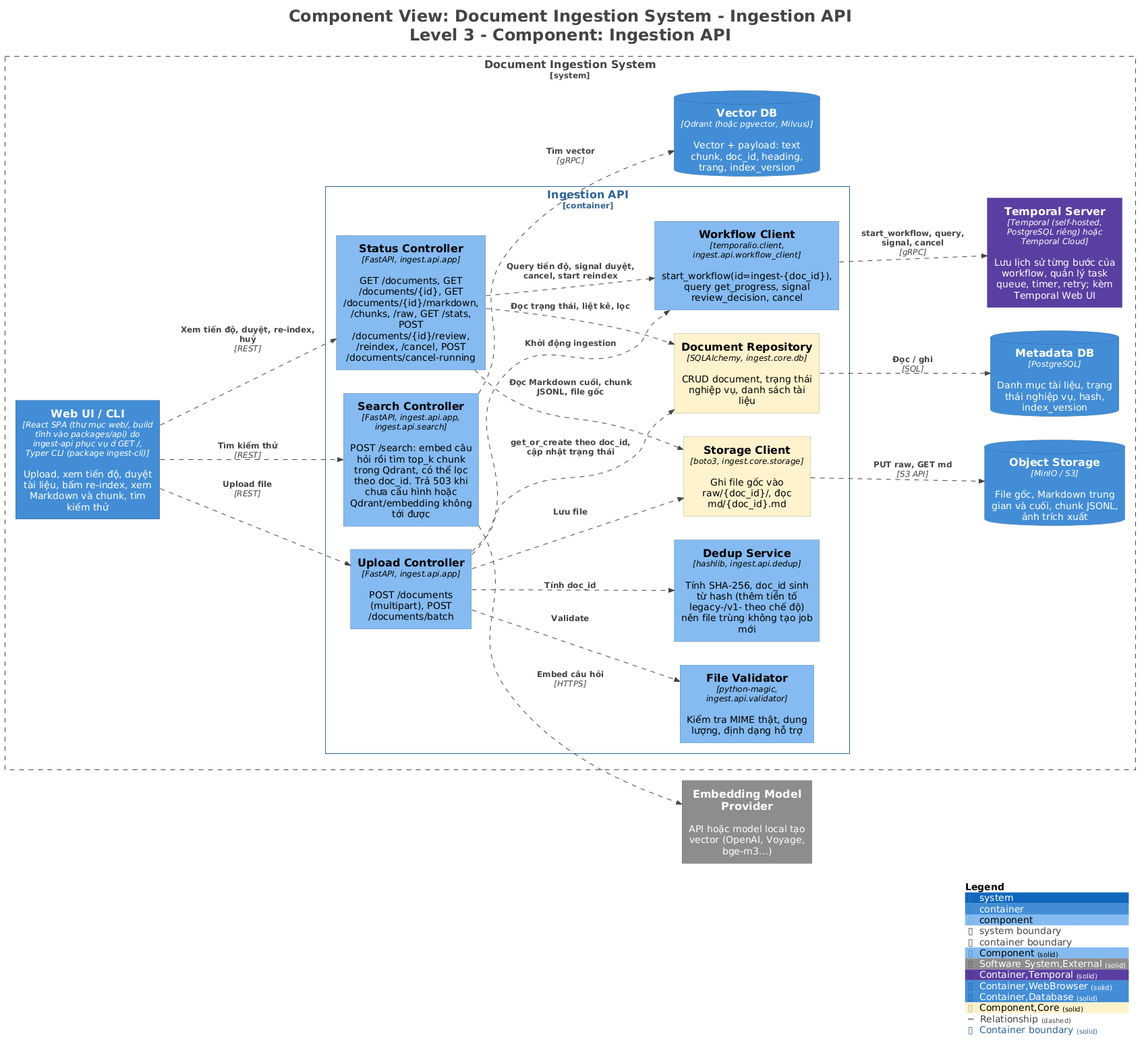
This is docs/architecture/diagrams/L3-IngestionAPI.png from duypon2601/mdDocument, a PlantUML export, as it was before one commit.
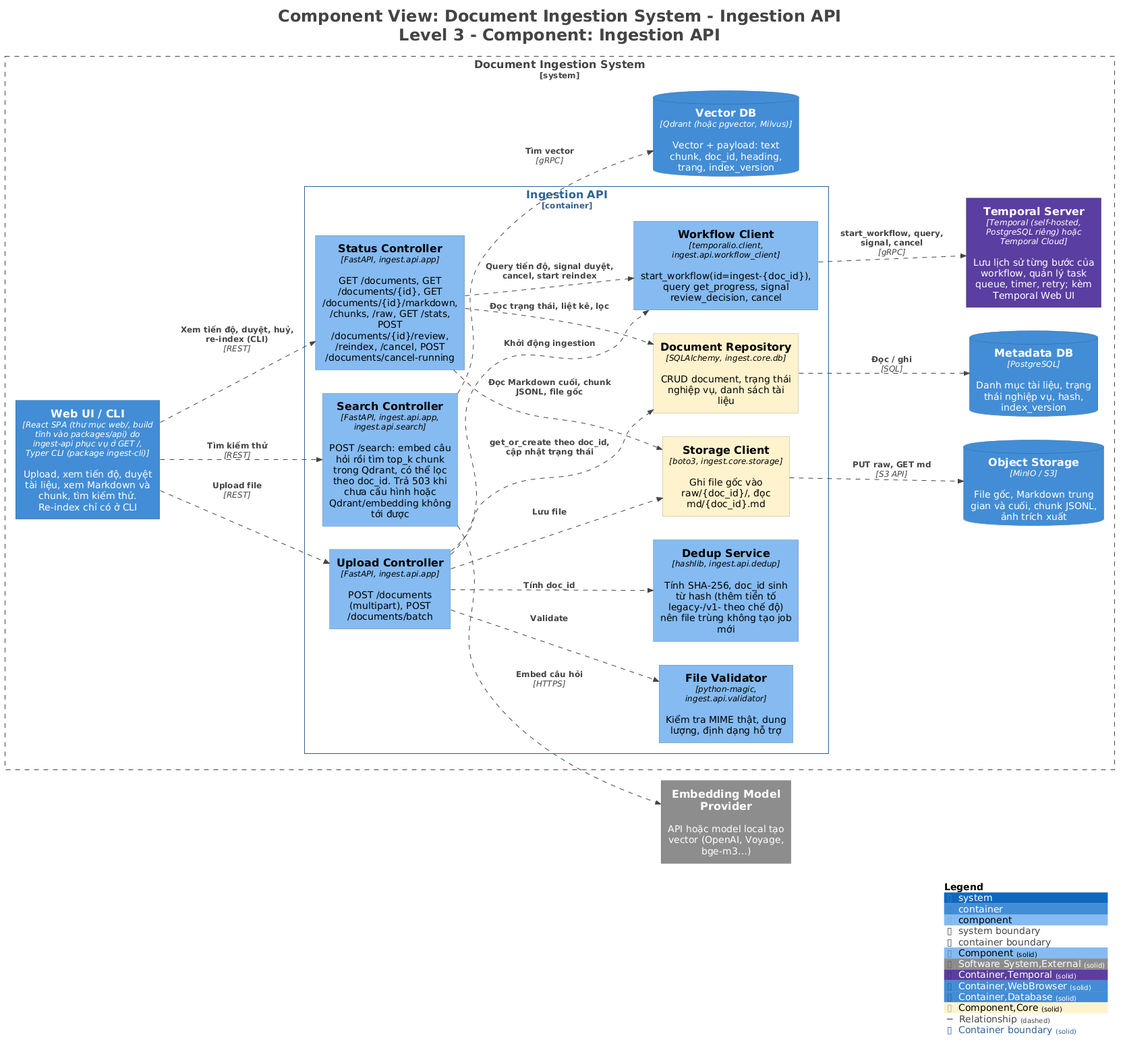
Later version of the same file.

The edit, as a diff of the source:
```diff
@@ -45,11 +45,11 @@
   ContainerDb(DocumentIngestionSystem.ObjectStorage, "Object Storage", $techn="MinIO / S3", $descr="File gốc, Markdown trung gian và cuối, chunk JSONL, ảnh trích xuất", $tags="Container,Database", $link="")
   ContainerDb(DocumentIngestionSystem.MetadataDB, "Metadata DB", $techn="PostgreSQL", $descr="Danh mục tài liệu, trạng thái nghiệp vụ, hash, index_version", $tags="Container,Database", $link="")
   ContainerDb(DocumentIngestionSystem.VectorDB, "Vector DB", $techn="Qdrant (hoặc pgvector, Milvus)", $descr="Vector + payload: text chunk, doc_id, heading, trang, index_version", $tags="Container,Database", $link="")
-  Container(DocumentIngestionSystem.WebUICLI, "Web UI / CLI", $techn="React SPA (thư mục web/, build tĩnh vào packages/api) do ingest-api phục vụ ở GET /, Typer CLI (package ingest-cli)", $descr="Upload, xem tiến độ, duyệt tài liệu, bấm re-index, xem Markdown và chunk, tìm kiếm thử", $tags="Container,WebBrowser", $link="")
+  Container(DocumentIngestionSystem.WebUICLI, "Web UI / CLI", $techn="React SPA (thư mục web/, build tĩnh vào packages/api) do ingest-api phục vụ ở GET /, Typer CLI (package ingest-cli)", $descr="Upload, xem tiến độ, duyệt tài liệu, xem Markdown và chunk, tìm kiếm thử. Re-index chỉ có ở CLI", $tags="Container,WebBrowser", $link="")
 }
 
 Rel(DocumentIngestionSystem.WebUICLI, DocumentIngestionSystem.IngestionAPI.UploadController, "Upload file", $techn="REST", $tags="Relationship", $link="")
-Rel(DocumentIngestionSystem.WebUICLI, DocumentIngestionSystem.IngestionAPI.StatusController, "Xem tiến độ, duyệt, re-index, huỷ", $techn="REST", $tags="Relationship", $link="")
+Rel(DocumentIngestionSystem.WebUICLI, DocumentIngestionSystem.IngestionAPI.StatusController, "Xem tiến độ, duyệt, huỷ, re-index (CLI)", $techn="REST", $tags="Relationship", $link="")
 Rel(DocumentIngestionSystem.WebUICLI, DocumentIngestionSystem.IngestionAPI.SearchController, "Tìm kiếm thử", $techn="REST", $tags="Relationship", $link="")
 Rel(DocumentIngestionSystem.IngestionAPI.SearchController, EmbeddingModelProvider, "Embed câu hỏi", $techn="HTTPS", $tags="Relationship", $link="")
 Rel(DocumentIngestionSystem.IngestionAPI.SearchController, DocumentIngestionSystem.VectorDB, "Tìm vector", $techn="gRPC", $tags="Relationship", $link="")
```
